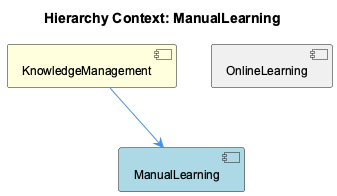
The PlantUML diagram knowledge-management/insights/images/manual-learning-relationship.png in fwornle/coding, before a commit.
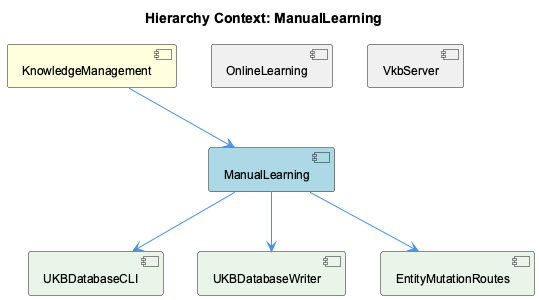
The same diagram one commit later.

The edit, as a diff of the source:
```diff
@@ -6,8 +6,16 @@
 [KnowledgeManagement] as knowledge_management #FFFFDD
 [ManualLearning] as manual_learning #LightBlue
 [OnlineLearning] as online_learning #F0F0F0
+[VkbServer] as vkb_server #F0F0F0
+[UKBDatabaseCLI] as ukbdatabase_cli #E8F5E8
+[UKBDatabaseWriter] as ukbdatabase_writer #E8F5E8
+[EntityMutationRoutes] as entity_mutation_routes #E8F5E8
 
 knowledge_management --> manual_learning
 online_learning -[hidden]- manual_learning
+vkb_server -[hidden]- manual_learning
+manual_learning --> ukbdatabase_cli
+manual_learning --> ukbdatabase_writer
+manual_learning --> entity_mutation_routes
 
 @enduml
```
